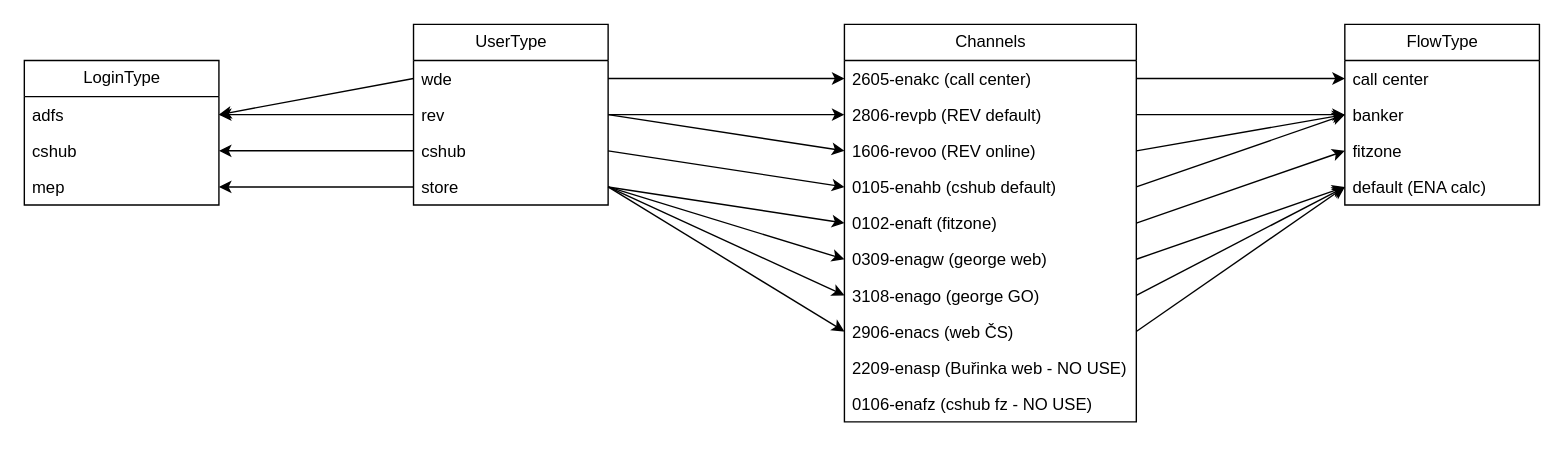
This is ENA_model.drawio from ondrejtuma-ext43301/diagrams, a draw.io file, before an edit. Source tidied: cells renumbered, new cells numbered last; positions are measured from the earlier drawing's top-left corner, leaving out a move shared by most shapes. Both pictures are drawn from the tidied source at 139%, with x=0, y=0 at pixel (24, 24).
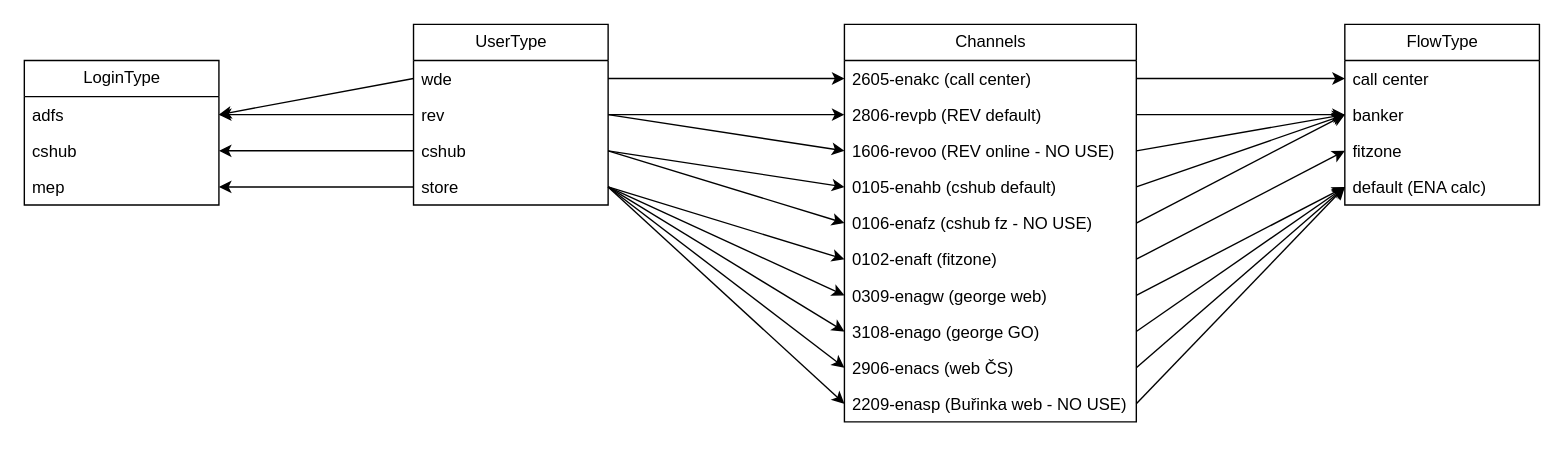
Above is the later version.

Commit message:
chore: add all channels with bindings

The change refers to these unchanged cells:
```xml
<mxCell id="5" value="cshub" style="text;strokeColor=none;fillColor=none;align=left;verticalAlign=top;spacingLeft=4;spacingRight=4;overflow=hidden;points=[[0,0.5],[1,0.5]];portConstraint=eastwest;whiteSpace=wrap;html=1;" parent="2" vertex="1">
  <mxGeometry y="78" width="140" height="26" as="geometry" />
</mxCell>
<mxCell id="6" value="store" style="text;strokeColor=none;fillColor=none;align=left;verticalAlign=top;spacingLeft=4;spacingRight=4;overflow=hidden;points=[[0,0.5],[1,0.5]];portConstraint=eastwest;whiteSpace=wrap;html=1;" parent="2" vertex="1">
  <mxGeometry y="104" width="140" height="26" as="geometry" />
</mxCell>
<mxCell id="11" value="Channels" style="swimlane;fontStyle=0;horizontal=1;startSize=26;fillColor=none;html=1;" parent="1" vertex="1">
  <mxGeometry x="590" width="210" height="286" as="geometry" />
</mxCell>
<mxCell id="24" value="banker" style="text;strokeColor=none;fillColor=none;align=left;verticalAlign=top;spacingLeft=4;spacingRight=4;overflow=hidden;points=[[0,0.5],[1,0.5]];portConstraint=eastwest;whiteSpace=wrap;html=1;" parent="22" vertex="1">
  <mxGeometry y="52" width="140" height="26" as="geometry" />
</mxCell>
<mxCell id="26" value="default (ENA calc)" style="text;strokeColor=none;fillColor=none;align=left;verticalAlign=top;spacingLeft=4;spacingRight=4;overflow=hidden;points=[[0,0.5],[1,0.5]];portConstraint=eastwest;whiteSpace=wrap;html=1;" parent="22" vertex="1">
  <mxGeometry y="104" width="140" height="26" as="geometry" />
</mxCell>
```

Diff of the diagram source:
```diff
@@
-    <mxCell id="14" value="1606-revoo (REV online)" style="text;strokeColor=none;fillColor=none;align=left;verticalAlign=top;spacingLeft=4;spacingRight=4;overflow=hidden;points=[[0,0.5],[1,0.5]];portConstraint=eastwest;whiteSpace=wrap;html=1;" parent="11" vertex="1">
+    <mxCell id="14" value="1606-revoo (REV online - NO USE)" style="text;strokeColor=none;fillColor=none;align=left;verticalAlign=top;spacingLeft=4;spacingRight=4;overflow=hidden;points=[[0,0.5],[1,0.5]];portConstraint=eastwest;whiteSpace=wrap;html=1;" parent="11" vertex="1">
       <mxGeometry y="78" width="210" height="26" as="geometry" />
     </mxCell>
@@
+    <mxCell id="21" value="0106-enafz (cshub fz - NO USE)" style="text;strokeColor=none;fillColor=none;align=left;verticalAlign=top;spacingLeft=4;spacingRight=4;overflow=hidden;points=[[0,0.5],[1,0.5]];portConstraint=eastwest;whiteSpace=wrap;html=1;" parent="11" vertex="1">
+      <mxGeometry y="130" width="210" height="26" as="geometry" />
+    </mxCell>
     <mxCell id="16" value="0102-enaft (fitzone)" style="text;strokeColor=none;fillColor=none;align=left;verticalAlign=top;spacingLeft=4;spacingRight=4;overflow=hidden;points=[[0,0.5],[1,0.5]];portConstraint=eastwest;whiteSpace=wrap;html=1;" parent="11" vertex="1">
-      <mxGeometry y="130" width="210" height="26" as="geometry" />
+      <mxGeometry y="156" width="210" height="26" as="geometry" />
     </mxCell>
     <mxCell id="17" value="0309-enagw (george web)" style="text;strokeColor=none;fillColor=none;align=left;verticalAlign=top;spacingLeft=4;spacingRight=4;overflow=hidden;points=[[0,0.5],[1,0.5]];portConstraint=eastwest;whiteSpace=wrap;html=1;" parent="11" vertex="1">
-      <mxGeometry y="156" width="210" height="26" as="geometry" />
+      <mxGeometry y="182" width="210" height="26" as="geometry" />
     </mxCell>
     <mxCell id="18" value="3108-enago (george GO)" style="text;strokeColor=none;fillColor=none;align=left;verticalAlign=top;spacingLeft=4;spacingRight=4;overflow=hidden;points=[[0,0.5],[1,0.5]];portConstraint=eastwest;whiteSpace=wrap;html=1;" parent="11" vertex="1">
-      <mxGeometry y="182" width="210" height="26" as="geometry" />
+      <mxGeometry y="208" width="210" height="26" as="geometry" />
     </mxCell>
     <mxCell id="19" value="2906-enacs (web ČS)" style="text;strokeColor=none;fillColor=none;align=left;verticalAlign=top;spacingLeft=4;spacingRight=4;overflow=hidden;points=[[0,0.5],[1,0.5]];portConstraint=eastwest;whiteSpace=wrap;html=1;" parent="11" vertex="1">
-      <mxGeometry y="208" width="210" height="26" as="geometry" />
+      <mxGeometry y="234" width="210" height="26" as="geometry" />
     </mxCell>
     <mxCell id="20" value="2209-enasp (Buřinka web - NO USE)" style="text;strokeColor=none;fillColor=none;align=left;verticalAlign=top;spacingLeft=4;spacingRight=4;overflow=hidden;points=[[0,0.5],[1,0.5]];portConstraint=eastwest;whiteSpace=wrap;html=1;" parent="11" vertex="1">
-      <mxGeometry y="234" width="210" height="26" as="geometry" />
+      <mxGeometry y="260" width="210" height="26" as="geometry" />
     </mxCell>
-    <mxCell id="21" value="0106-enafz (cshub fz - NO USE)" style="text;strokeColor=none;fillColor=none;align=left;verticalAlign=top;spacingLeft=4;spacingRight=4;overflow=hidden;points=[[0,0.5],[1,0.5]];portConstraint=eastwest;whiteSpace=wrap;html=1;" parent="11" vertex="1">
-      <mxGeometry y="260" width="210" height="26" as="geometry" />
-    </mxCell>
@@
+    <mxCell id="47" style="endArrow=classic;html=1;rounded=0;exitX=1;exitY=0.5;exitDx=0;exitDy=0;entryX=0;entryY=0.5;entryDx=0;entryDy=0;" parent="1" edge="1" source="5" target="21">
+      <mxGeometry relative="1" as="geometry" />
+    </mxCell>
+    <mxCell id="48" style="endArrow=classic;html=1;rounded=0;entryX=0;entryY=0.5;entryDx=0;entryDy=0;exitX=1;exitY=0.5;exitDx=0;exitDy=0;" parent="1" edge="1" source="21" target="24">
+      <mxGeometry relative="1" as="geometry" />
+    </mxCell>
+    <mxCell id="49" style="endArrow=classic;html=1;rounded=0;entryX=0;entryY=0.5;entryDx=0;entryDy=0;exitX=1;exitY=0.5;exitDx=0;exitDy=0;" parent="1" edge="1" source="6" target="20">
+      <mxGeometry relative="1" as="geometry" />
+    </mxCell>
+    <mxCell id="50" style="endArrow=classic;html=1;rounded=0;entryX=0;entryY=0.5;entryDx=0;entryDy=0;exitX=1;exitY=0.5;exitDx=0;exitDy=0;" parent="1" edge="1" source="20" target="26">
+      <mxGeometry relative="1" as="geometry" />
+    </mxCell>
```
